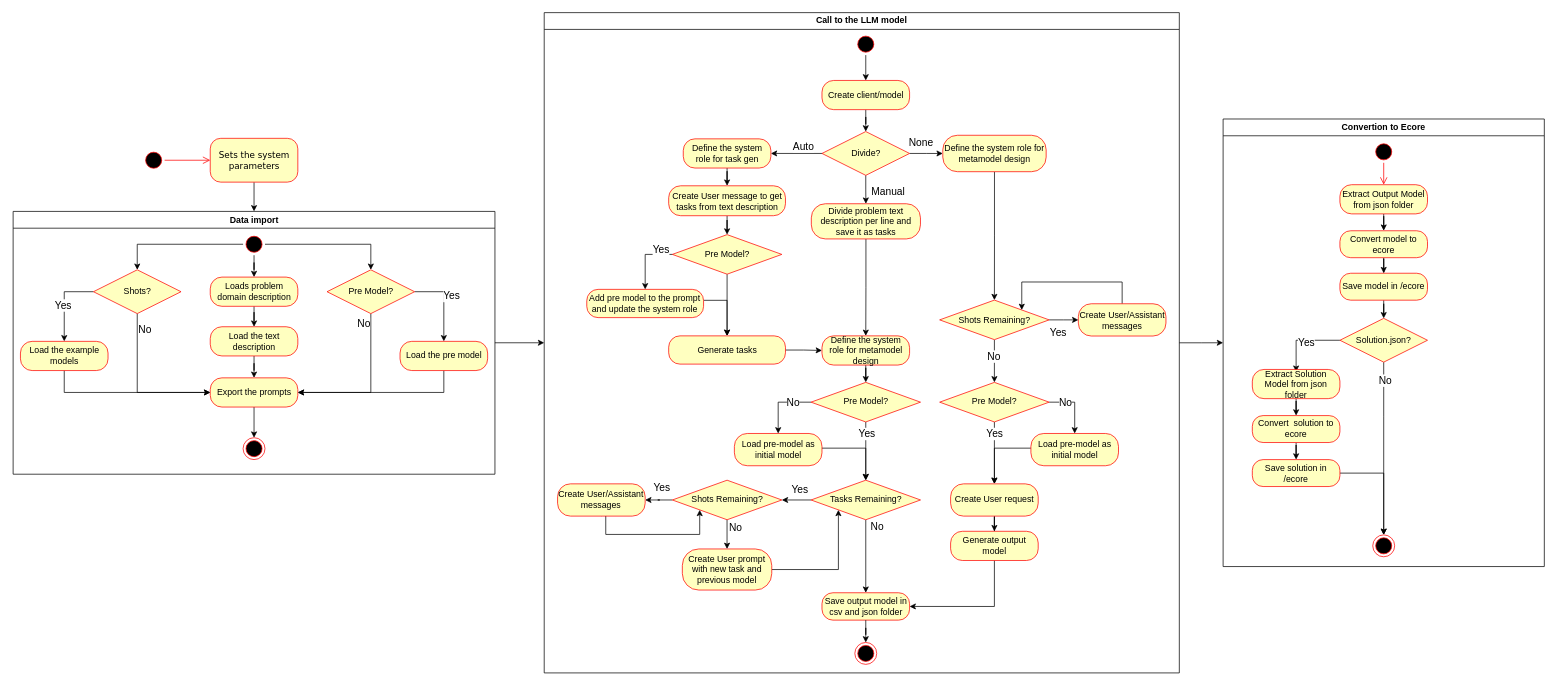
Earlier version of the draw.io diagram SystemStateDiagram.drawio (elnukakujo/OpenAI_Assistant_M2_Gen). Source tidied: cells renumbered, new cells numbered last; positions are measured from the earlier drawing's top-left corner, leaving out a move shared by most shapes. Both pictures are drawn from the tidied source at 73%, with x=0, y=0 at pixel (12, 12).
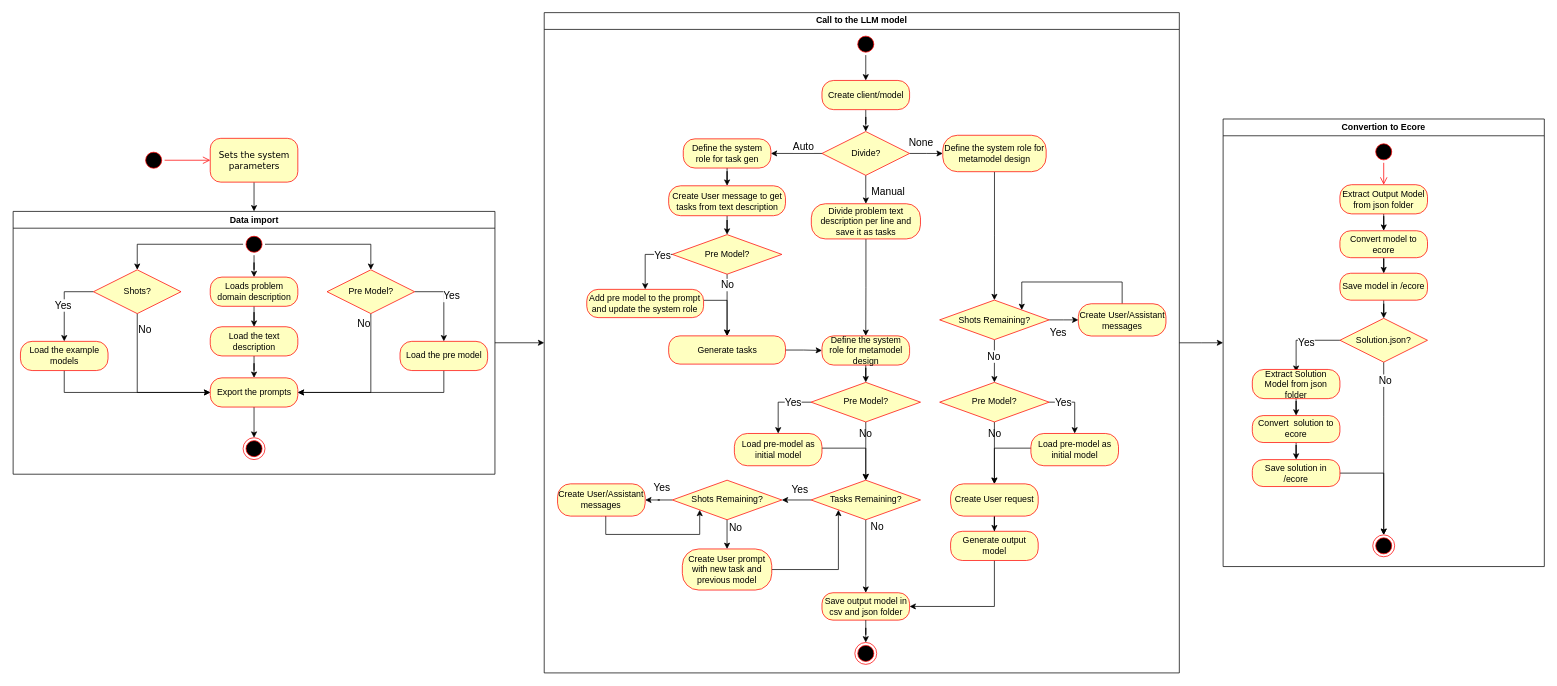
The same page after the edit.

Unchanged cells that the change refers to:
```xml
<mxCell id="34" value="Call to the LLM model" style="swimlane;whiteSpace=wrap;html=1;" parent="1" vertex="1">
  <mxGeometry x="728" y="-0.2" width="870" height="904.5" as="geometry" />
</mxCell>
<mxCell id="59" style="edgeStyle=orthogonalEdgeStyle;rounded=0;jettySize=auto;html=1;entryX=0.5;entryY=0;entryDx=0;entryDy=0;" parent="34" edge="1" source="54" target="58">
  <mxGeometry relative="1" as="geometry">
    <Array as="points">
      <mxPoint x="138.3" y="331.1" />
    </Array>
  </mxGeometry>
</mxCell>
<mxCell id="89" style="edgeStyle=orthogonalEdgeStyle;rounded=0;jettySize=auto;html=1;entryX=0.5;entryY=0;entryDx=0;entryDy=0;" parent="34" edge="1" source="93" target="95">
  <mxGeometry relative="1" as="geometry">
    <Array as="points">
      <mxPoint x="320.1" y="533.6" />
    </Array>
  </mxGeometry>
</mxCell>
<mxCell id="91" style="edgeStyle=orthogonalEdgeStyle;rounded=0;jettySize=auto;html=1;entryX=0.5;entryY=0;entryDx=0;entryDy=0;" parent="34" edge="1" source="93" target="82">
  <mxGeometry relative="1" as="geometry" />
</mxCell>
<mxCell id="96" style="edgeStyle=orthogonalEdgeStyle;rounded=0;jettySize=auto;html=1;entryX=0.5;entryY=0;entryDx=0;entryDy=0;" parent="34" edge="1" source="100" target="102">
  <mxGeometry relative="1" as="geometry">
    <Array as="points">
      <mxPoint x="726.7" y="533.6" />
    </Array>
  </mxGeometry>
</mxCell>
<mxCell id="98" style="edgeStyle=orthogonalEdgeStyle;rounded=0;jettySize=auto;html=1;entryX=0.5;entryY=0;entryDx=0;entryDy=0;" parent="34" edge="1" source="100" target="73">
  <mxGeometry relative="1" as="geometry" />
</mxCell>
```

What changed in the source:
```diff
@@
     <mxCell id="60" value="&lt;font style=&quot;font-size: 14px;&quot;&gt;Yes&lt;/font&gt;" style="edgeLabel;html=1;align=center;verticalAlign=middle;" parent="59" vertex="1">
       <mxGeometry x="-0.73" y="1" relative="1" as="geometry">
-        <mxPoint x="-5" y="-8" as="offset" />
+        <mxPoint x="-3" as="offset" />
       </mxGeometry>
     </mxCell>
+    <mxCell id="132" value="&lt;font style=&quot;font-size: 14px;&quot;&gt;No&lt;/font&gt;" style="edgeLabel;html=1;align=center;verticalAlign=middle;" parent="59" vertex="1">
+      <mxGeometry x="-0.57" relative="1" as="geometry">
+        <mxPoint x="93" y="41" as="offset" />
+      </mxGeometry>
+    </mxCell>
@@
     <mxCell id="90" value="&lt;font style=&quot;font-size: 14px;&quot;&gt;No&lt;/font&gt;" style="edgeLabel;html=1;align=center;verticalAlign=middle;" parent="89" vertex="1">
-      <mxGeometry x="-0.44" relative="1" as="geometry" />
+      <mxGeometry x="-0.44" relative="1" as="geometry">
+        <mxPoint x="99" y="43" as="offset" />
+      </mxGeometry>
     </mxCell>
@@
     <mxCell id="92" value="&lt;font style=&quot;font-size: 14px;&quot;&gt;Yes&lt;/font&gt;" style="edgeLabel;html=1;align=center;verticalAlign=middle;" parent="91" vertex="1">
-      <mxGeometry x="-0.61" y="1" relative="1" as="geometry" />
+      <mxGeometry x="-0.61" y="1" relative="1" as="geometry">
+        <mxPoint x="-101" y="-43" as="offset" />
+      </mxGeometry>
     </mxCell>
@@
     <mxCell id="97" value="&lt;font style=&quot;font-size: 14px;&quot;&gt;No&lt;/font&gt;" style="edgeLabel;html=1;align=center;verticalAlign=middle;" parent="96" vertex="1">
-      <mxGeometry x="-0.44" relative="1" as="geometry" />
+      <mxGeometry x="-0.44" relative="1" as="geometry">
+        <mxPoint x="-97" y="43" as="offset" />
+      </mxGeometry>
     </mxCell>
@@
-    <mxCell id="99" value="&lt;font style=&quot;font-size: 14px;&quot;&gt;Yes&lt;/font&gt;" style="edgeLabel;html=1;align=center;verticalAlign=middle;" parent="98" vertex="1">
-      <mxGeometry x="-0.75" relative="1" as="geometry">
-        <mxPoint y="5" as="offset" />
-      </mxGeometry>
-    </mxCell>
@@
+    <mxCell id="99" value="&lt;font style=&quot;font-size: 14px;&quot;&gt;Yes&lt;/font&gt;" style="edgeLabel;html=1;align=center;verticalAlign=middle;" parent="34" vertex="1">
+      <mxGeometry x="710" y="533.6" as="geometry" />
+    </mxCell>
```
